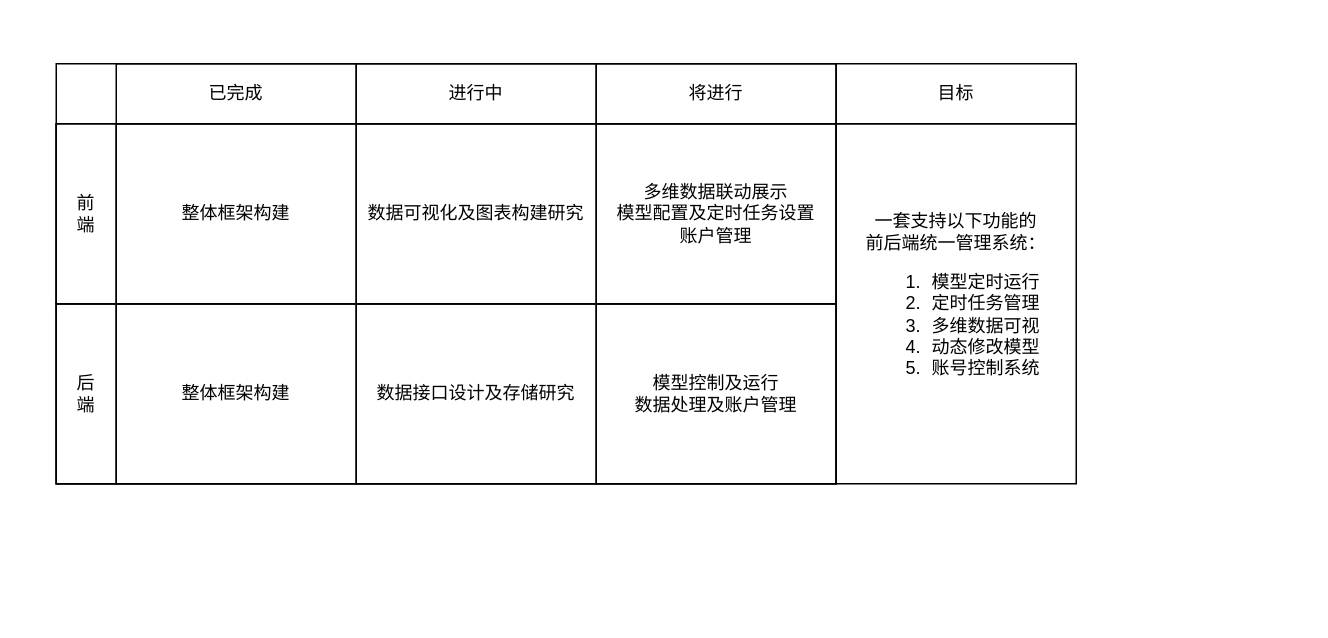
zjtone/RL-Note keeps this draw.io diagram as customs-project.drawio. Above is the earlier version. Source tidied: cells renumbered, new cells numbered last; positions are measured from the earlier drawing's top-left corner, leaving out a move shared by most shapes. Both pictures are drawn from the tidied source at 150%, with x=0, y=0 at pixel (56, 63).
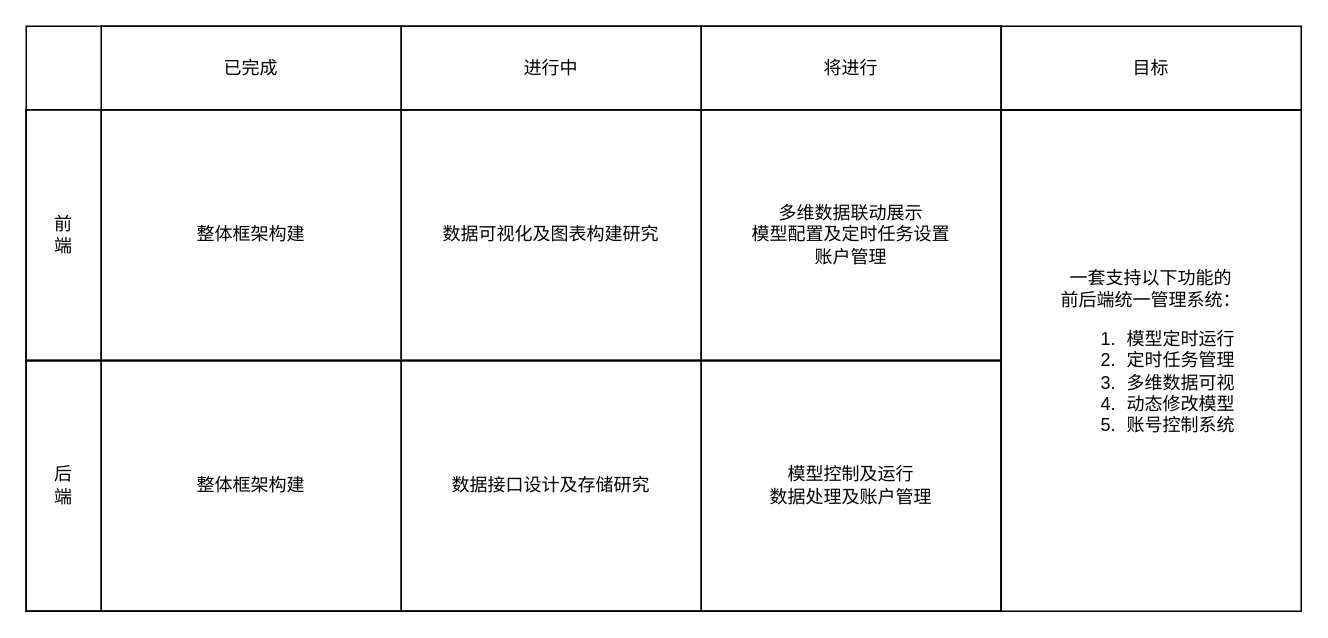
The same diagram, later.

Change to the diagram source:
```diff
@@
+    <mxCell id="20" style="group;" parent="1" vertex="1">
+      <mxGeometry x="-20" y="-25" width="850" height="390" as="geometry" />
+    </mxCell>
-    <mxCell id="2" style="group;" parent="1" vertex="1">
-      <mxGeometry width="680" height="280" as="geometry" />
+    <mxCell id="2" style="group;" parent="20" vertex="1">
+      <mxGeometry width="850" height="390" as="geometry" />
     </mxCell>
     <mxCell id="3" style="group;" parent="2" vertex="1">
-      <mxGeometry width="680" height="280" as="geometry" />
+      <mxGeometry width="850" height="390" as="geometry" />
     </mxCell>
     <mxCell id="4" style="rounded=0;whiteSpace=wrap;html=1;fillColor=none;" parent="3" vertex="1">
-      <mxGeometry width="520" height="280" as="geometry" />
+      <mxGeometry width="650" height="390" as="geometry" />
     </mxCell>
     <mxCell id="5" style="rounded=0;whiteSpace=wrap;html=1;fillColor=none;" parent="3" vertex="1">
-      <mxGeometry y="40" width="520" height="120" as="geometry" />
+      <mxGeometry y="55.7" width="650" height="167.1" as="geometry" />
     </mxCell>
     <mxCell id="6" style="rounded=0;whiteSpace=wrap;html=1;fillColor=none;" parent="3" vertex="1">
-      <mxGeometry y="160" width="520" height="120" as="geometry" />
+      <mxGeometry y="222.9" width="650" height="167.1" as="geometry" />
     </mxCell>
     <mxCell id="7" value="前&lt;br&gt;端" style="rounded=0;whiteSpace=wrap;html=1;fillColor=none;" parent="3" vertex="1">
-      <mxGeometry y="40" width="40" height="120" as="geometry" />
+      <mxGeometry y="55.7" width="50" height="167.1" as="geometry" />
     </mxCell>
     <mxCell id="8" value="后&lt;br&gt;端" style="rounded=0;whiteSpace=wrap;html=1;fillColor=none;" parent="3" vertex="1">
-      <mxGeometry y="160" width="40" height="120" as="geometry" />
+      <mxGeometry y="222.9" width="50" height="167.1" as="geometry" />
     </mxCell>
     <mxCell id="9" value="已完成" style="rounded=0;whiteSpace=wrap;html=1;fillColor=none;" parent="3" vertex="1">
-      <mxGeometry x="40" width="160" height="40" as="geometry" />
+      <mxGeometry x="50" width="200" height="55.7" as="geometry" />
     </mxCell>
     <mxCell id="10" value="进行中" style="rounded=0;whiteSpace=wrap;html=1;fillColor=none;" parent="3" vertex="1">
-      <mxGeometry x="200" width="160" height="40" as="geometry" />
+      <mxGeometry x="250" width="200" height="55.7" as="geometry" />
     </mxCell>
     <mxCell id="11" value="将进行" style="rounded=0;whiteSpace=wrap;html=1;fillColor=none;" parent="3" vertex="1">
-      <mxGeometry x="360" width="160" height="40" as="geometry" />
+      <mxGeometry x="450" width="200" height="55.7" as="geometry" />
     </mxCell>
     <mxCell id="12" value="整体框架构建" style="rounded=0;whiteSpace=wrap;html=1;fillColor=none;" parent="3" vertex="1">
-      <mxGeometry x="40" y="40" width="160" height="120" as="geometry" />
+      <mxGeometry x="50" y="55.7" width="200" height="167.1" as="geometry" />
     </mxCell>
     <mxCell id="13" value="&lt;span style=&quot;white-space: normal&quot;&gt;整体框架构建&lt;/span&gt;" style="rounded=0;whiteSpace=wrap;html=1;fillColor=none;" parent="3" vertex="1">
-      <mxGeometry x="40" y="160" width="160" height="120" as="geometry" />
+      <mxGeometry x="50" y="222.9" width="200" height="167.1" as="geometry" />
     </mxCell>
     <mxCell id="14" value="数据可视化及图表构建研究" style="rounded=0;whiteSpace=wrap;html=1;fillColor=none;" parent="3" vertex="1">
-      <mxGeometry x="200" y="40" width="160" height="120" as="geometry" />
+      <mxGeometry x="250" y="55.7" width="200" height="167.1" as="geometry" />
     </mxCell>
     <mxCell id="15" value="多维数据联动展示&lt;br&gt;模型配置及定时任务设置&lt;br&gt;账户管理" style="rounded=0;whiteSpace=wrap;html=1;fillColor=none;" parent="3" vertex="1">
-      <mxGeometry x="360" y="40" width="160" height="120" as="geometry" />
+      <mxGeometry x="450" y="55.7" width="200" height="167.1" as="geometry" />
     </mxCell>
     <mxCell id="16" value="数据接口设计及存储研究" style="rounded=0;whiteSpace=wrap;html=1;fillColor=none;" parent="3" vertex="1">
-      <mxGeometry x="200" y="160" width="160" height="120" as="geometry" />
+      <mxGeometry x="250" y="222.9" width="200" height="167.1" as="geometry" />
     </mxCell>
     <mxCell id="17" value="模型控制及运行&lt;br&gt;数据处理及账户管理" style="rounded=0;whiteSpace=wrap;html=1;fillColor=none;" parent="3" vertex="1">
-      <mxGeometry x="360" y="160" width="160" height="120" as="geometry" />
+      <mxGeometry x="450" y="222.9" width="200" height="167.1" as="geometry" />
     </mxCell>
     <mxCell id="18" value="&lt;span&gt;一套支持以下功能的&lt;/span&gt;&lt;br&gt;&lt;span&gt;前后端统一管理系统：&lt;br&gt;&lt;ol&gt;&lt;li&gt;&lt;span&gt;模型定时运行&lt;/span&gt;&lt;/li&gt;&lt;li&gt;&lt;span&gt;定时任务管理&lt;/span&gt;&lt;/li&gt;&lt;li&gt;&lt;span&gt;多维数据可视&lt;/span&gt;&lt;/li&gt;&lt;li&gt;&lt;span&gt;动态修改模型&lt;/span&gt;&lt;/li&gt;&lt;li&gt;&lt;span&gt;账号控制系统&lt;/span&gt;&lt;/li&gt;&lt;/ol&gt;&lt;/span&gt;" style="rounded=0;whiteSpace=wrap;html=1;fillColor=none;align=center;" parent="3" vertex="1">
-      <mxGeometry x="520" y="40" width="160" height="240" as="geometry" />
+      <mxGeometry x="650" y="55.7" width="200" height="334.3" as="geometry" />
     </mxCell>
-    <mxCell id="19" value="目标" style="rounded=0;whiteSpace=wrap;html=1;fillColor=none;" parent="2" vertex="1">
-      <mxGeometry x="520" width="160" height="40" as="geometry" />
+    <mxCell id="19" value="目标" style="rounded=0;whiteSpace=wrap;html=1;fillColor=none;" parent="3" vertex="1">
+      <mxGeometry x="650" width="200" height="56" as="geometry" />
     </mxCell>
```
